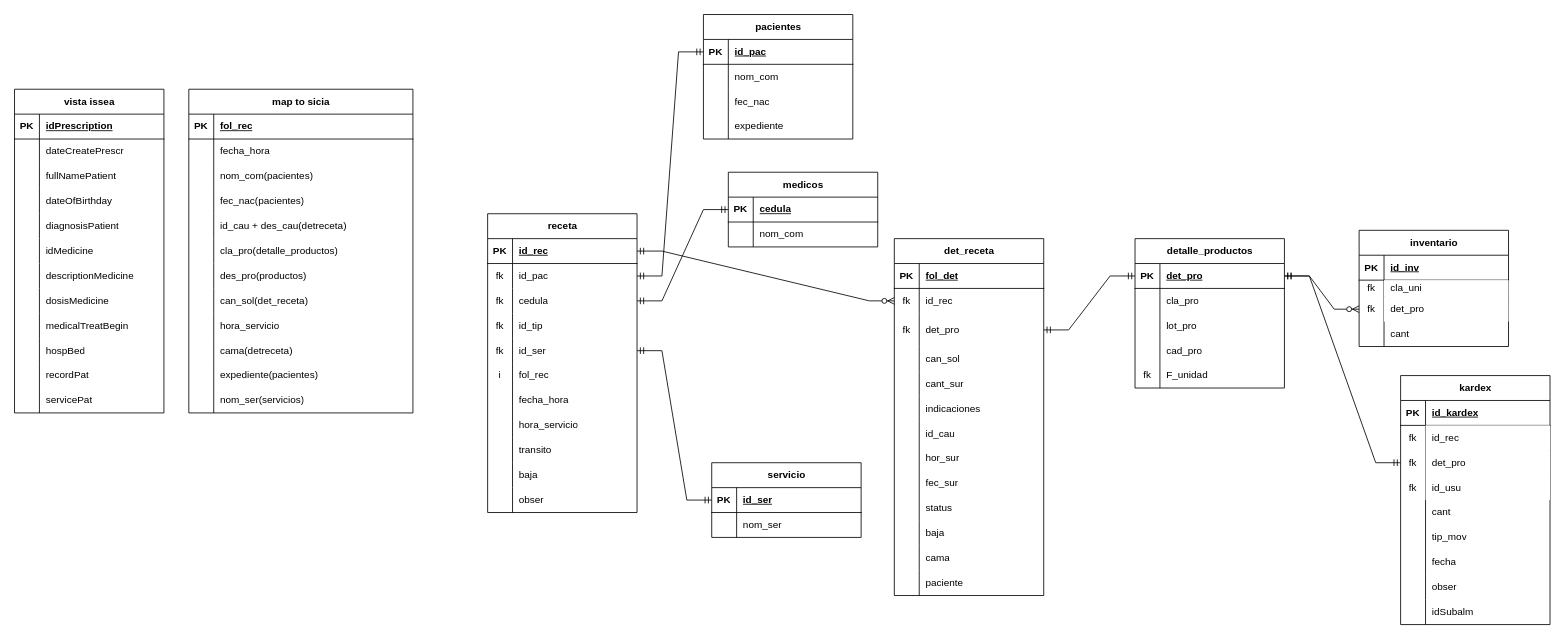
This is Vista_Recetas_unidosis.drawio from ErnestoDanielTafoyaMolinaCYM/clases-cat-cym, a draw.io file, before an edit. Source tidied: cells renumbered, new cells numbered last; positions are measured from the earlier drawing's top-left corner, leaving out a move shared by most shapes. Both pictures are drawn from the tidied source at 83%, with x=0, y=0 at pixel (14, 14).
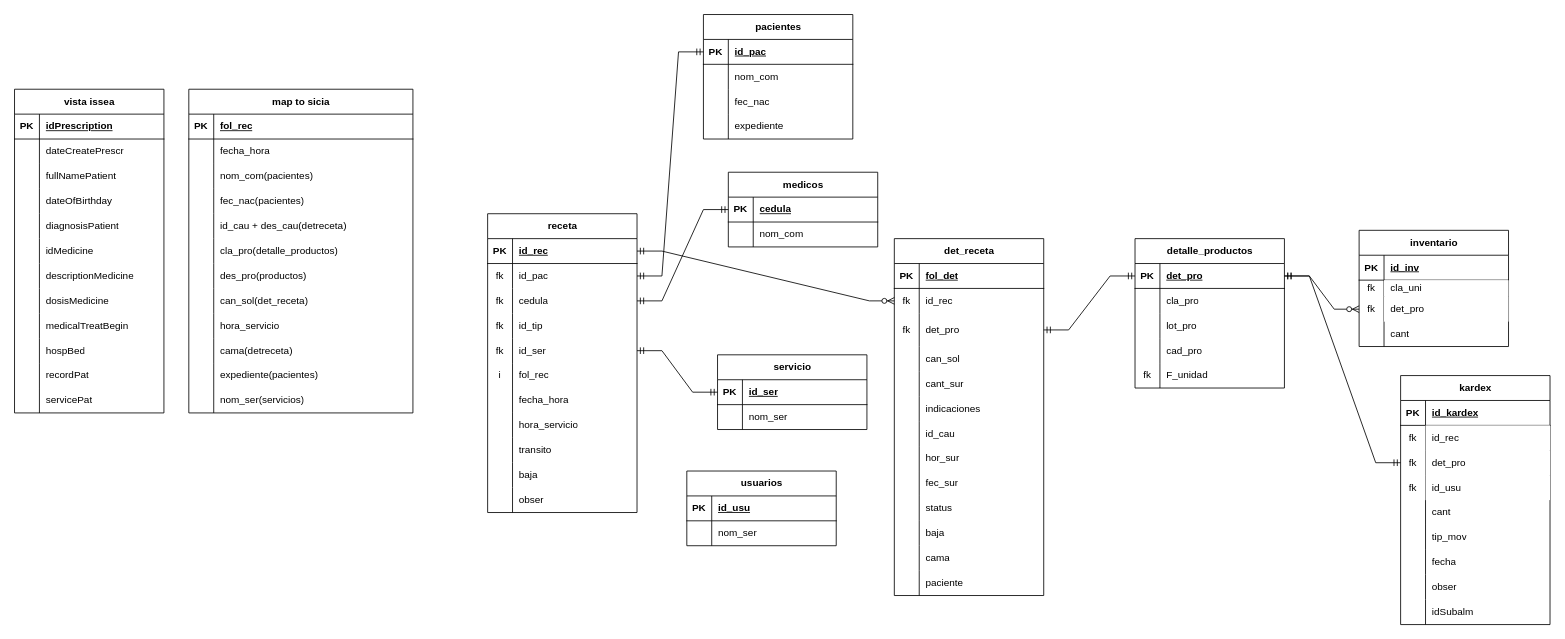
The same diagram, later.

Change to the diagram source:
```diff
@@
     <mxCell id="110" value="servicio" style="shape=table;startSize=30;childLayout=tableLayout;rowLines=0;fontStyle=1;align=center;html=1;" parent="1" vertex="1">
-      <mxGeometry x="840" y="540" width="180" height="90" as="geometry" />
+      <mxGeometry x="847" y="410" width="180" height="90" as="geometry" />
     </mxCell>
@@
+    <mxCell id="241" value="usuarios" style="shape=table;startSize=30;childLayout=tableLayout;rowLines=0;fontStyle=1;align=center;html=1;" parent="1" vertex="1">
+      <mxGeometry x="810" y="550" width="180" height="90" as="geometry" />
+    </mxCell>
+    <mxCell id="242" style="shape=tableRow;horizontal=0;startSize=0;swimlaneHead=0;swimlaneBody=0;fillColor=none;top=0;left=0;right=0;bottom=1;" parent="241" vertex="1">
+      <mxGeometry y="30" width="180" height="30" as="geometry" />
+    </mxCell>
+    <mxCell id="243" value="PK" style="shape=partialRectangle;fillColor=none;top=0;left=0;bottom=0;right=0;fontStyle=1;overflow=hidden;whiteSpace=wrap;html=1;" parent="242" vertex="1">
+      <mxGeometry width="30" height="30" as="geometry" />
+    </mxCell>
+    <mxCell id="244" value="id_usu" style="shape=partialRectangle;fillColor=none;top=0;left=0;bottom=0;right=0;align=left;spacingLeft=6;fontStyle=5;overflow=hidden;whiteSpace=wrap;html=1;" parent="242" vertex="1">
+      <mxGeometry x="30" width="150" height="30" as="geometry" />
+    </mxCell>
+    <mxCell id="245" style="shape=tableRow;horizontal=0;startSize=0;swimlaneHead=0;swimlaneBody=0;fillColor=none;top=0;left=0;right=0;bottom=0;" parent="241" vertex="1">
+      <mxGeometry y="60" width="180" height="30" as="geometry" />
+    </mxCell>
+    <mxCell id="246" style="shape=partialRectangle;fillColor=none;top=0;left=0;bottom=0;right=0;overflow=hidden;whiteSpace=wrap;html=1;" parent="245" vertex="1">
+      <mxGeometry width="30" height="30" as="geometry" />
+    </mxCell>
+    <mxCell id="247" value="nom_ser" style="shape=partialRectangle;fillColor=none;top=0;left=0;bottom=0;right=0;align=left;spacingLeft=6;overflow=hidden;whiteSpace=wrap;html=1;" parent="245" vertex="1">
+      <mxGeometry x="30" width="150" height="30" as="geometry" />
+    </mxCell>
```
